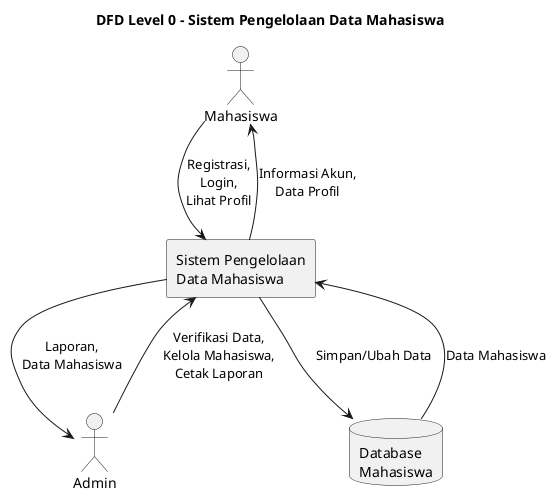
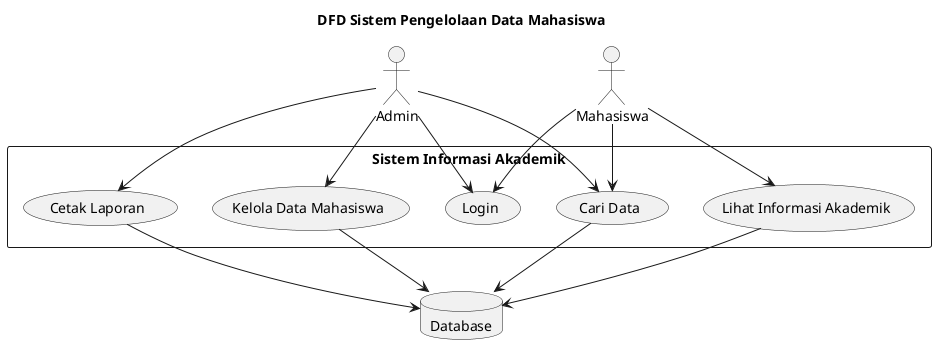
- @startuml DFD_Level_0
- title DFD Level 0 - Sistem Pengelolaan Data Mahasiswa
+ @startuml
+ title DFD Sistem Pengelolaan Data Mahasiswa

+ actor Admin
actor Mahasiswa
- actor Admin

- rectangle "Sistem Pengelolaan\nData Mahasiswa" as Sistem
+ rectangle "Sistem Informasi Akademik" {

- database "Database\nMahasiswa" as DB
+   usecase "Login" as Login
+   usecase "Kelola Data Mahasiswa" as Kelola
+   usecase "Cari Data" as Cari
+   usecase "Cetak Laporan" as Cetak
+   usecase "Lihat Informasi Akademik" as Lihat

- Mahasiswa --> Sistem : Registrasi,\nLogin,\nLihat Profil
- Sistem --> Mahasiswa : Informasi Akun,\nData Profil
+ }

- Admin --> Sistem : Verifikasi Data,\nKelola Mahasiswa,\nCetak Laporan
- Sistem --> Admin : Laporan,\nData Mahasiswa
+ database "Database" as DB

- Sistem --> DB : Simpan/Ubah Data
- DB --> Sistem : Data Mahasiswa
+ Admin --> Login
+ Admin --> Kelola
+ Admin --> Cari
+ Admin --> Cetak
+ 
+ Mahasiswa --> Login
+ Mahasiswa --> Lihat
+ Mahasiswa --> Cari
+ 
+ Kelola --> DB
+ Cari --> DB
+ Cetak --> DB
+ Lihat --> DB

@enduml